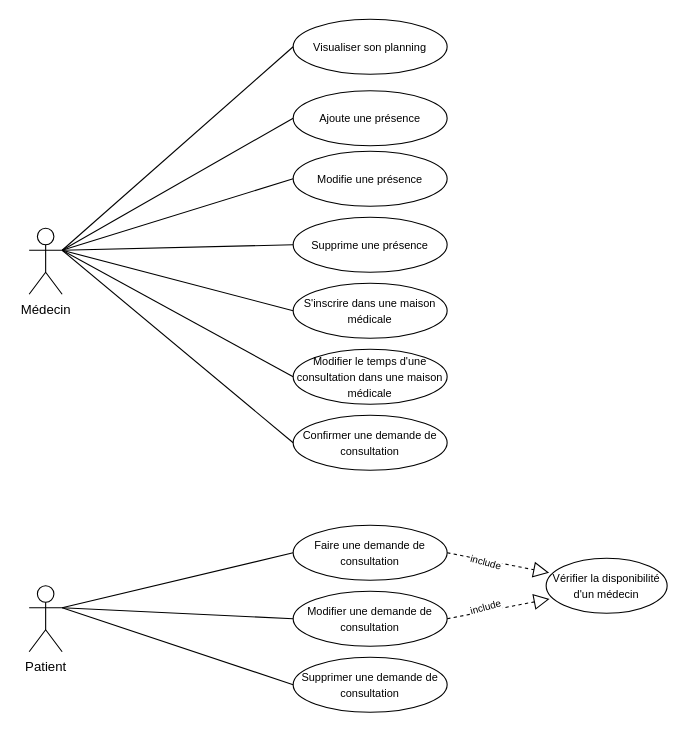
WilliamGordon/GestionConsultationSGBD keeps this draw.io diagram as Project/1_analysis/usecases.drawio. Above is the earlier version. Source tidied: cells renumbered, new cells numbered last; positions are measured from the earlier drawing's top-left corner, leaving out a move shared by most shapes. Both pictures are drawn from the tidied source at 110%, with x=0, y=0 at pixel (29, 19).
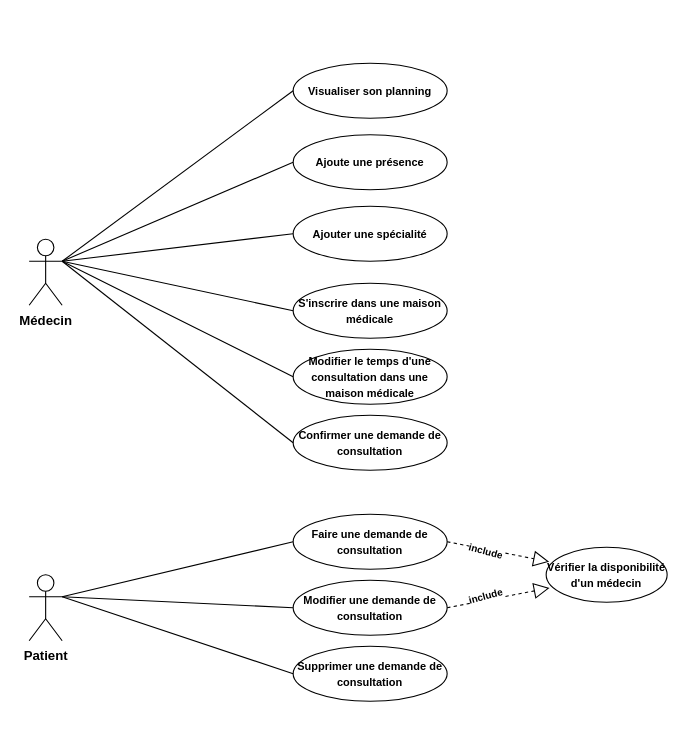
After the change.

Change to the diagram source:
```diff
@@
-    <mxCell id="2" value="Médecin" style="shape=umlActor;verticalLabelPosition=bottom;verticalAlign=top;html=1;outlineConnect=0;" parent="1" vertex="1">
-      <mxGeometry y="190" width="30" height="60" as="geometry" />
+    <mxCell id="2" value="Médecin" style="shape=umlActor;verticalLabelPosition=bottom;verticalAlign=top;html=1;outlineConnect=0;fontStyle=1;" parent="1" vertex="1">
+      <mxGeometry y="200" width="30" height="60" as="geometry" />
     </mxCell>
-    <mxCell id="3" value="Patient" style="shape=umlActor;verticalLabelPosition=bottom;verticalAlign=top;html=1;outlineConnect=0;" parent="1" vertex="1">
-      <mxGeometry y="515" width="30" height="60" as="geometry" />
+    <mxCell id="3" value="Patient" style="shape=umlActor;verticalLabelPosition=bottom;verticalAlign=top;html=1;outlineConnect=0;fontStyle=1;" parent="1" vertex="1">
+      <mxGeometry y="505" width="30" height="60" as="geometry" />
     </mxCell>
-    <mxCell id="4" value="&lt;font style=&quot;font-size: 10px&quot;&gt;Faire une demande de consultation&lt;/font&gt;" style="ellipse;whiteSpace=wrap;html=1;" parent="1" vertex="1">
-      <mxGeometry x="240" y="460" width="140" height="50" as="geometry" />
+    <mxCell id="4" value="&lt;font style=&quot;font-size: 10px&quot;&gt;Faire une demande de consultation&lt;/font&gt;" style="ellipse;whiteSpace=wrap;html=1;fontStyle=1;" parent="1" vertex="1">
+      <mxGeometry x="240" y="450" width="140" height="50" as="geometry" />
     </mxCell>
-    <mxCell id="5" style="endArrow=none;html=1;exitX=1;exitY=0.3333333333333333;exitDx=0;exitDy=0;exitPerimeter=0;entryX=0;entryY=0.5;entryDx=0;entryDy=0;" parent="1" edge="1" source="3" target="4">
+    <mxCell id="5" style="endArrow=none;html=1;exitX=1;exitY=0.3333333333333333;exitDx=0;exitDy=0;exitPerimeter=0;entryX=0;entryY=0.5;entryDx=0;entryDy=0;fontStyle=1;" parent="1" edge="1" source="3" target="4">
       <mxGeometry relative="1" as="geometry" />
     </mxCell>
-    <mxCell id="6" value="&lt;font style=&quot;font-size: 10px&quot;&gt;Modifier une demande de consultation&lt;/font&gt;" style="ellipse;whiteSpace=wrap;html=1;" parent="1" vertex="1">
-      <mxGeometry x="240" y="520" width="140" height="50" as="geometry" />
+    <mxCell id="6" value="&lt;font style=&quot;font-size: 10px&quot;&gt;Modifier une demande de consultation&lt;/font&gt;" style="ellipse;whiteSpace=wrap;html=1;fontStyle=1;" parent="1" vertex="1">
+      <mxGeometry x="240" y="510" width="140" height="50" as="geometry" />
     </mxCell>
-    <mxCell id="7" value="&lt;font style=&quot;font-size: 10px&quot;&gt;Supprimer une demande de consultation&lt;/font&gt;" style="ellipse;whiteSpace=wrap;html=1;" parent="1" vertex="1">
-      <mxGeometry x="240" y="580" width="140" height="50" as="geometry" />
+    <mxCell id="7" value="&lt;font style=&quot;font-size: 10px&quot;&gt;Supprimer une demande de consultation&lt;/font&gt;" style="ellipse;whiteSpace=wrap;html=1;fontStyle=1;" parent="1" vertex="1">
+      <mxGeometry x="240" y="570" width="140" height="50" as="geometry" />
     </mxCell>
-    <mxCell id="8" value="&lt;font style=&quot;font-size: 10px&quot;&gt;Visualiser son planning&lt;/font&gt;" style="ellipse;whiteSpace=wrap;html=1;" parent="1" vertex="1">
-      <mxGeometry x="240" width="140" height="50" as="geometry" />
+    <mxCell id="8" value="&lt;font style=&quot;font-size: 10px&quot;&gt;&lt;b&gt;Visualiser son planning&lt;/b&gt;&lt;/font&gt;" style="ellipse;whiteSpace=wrap;html=1;" parent="1" vertex="1">
+      <mxGeometry x="240" y="40" width="140" height="50" as="geometry" />
     </mxCell>
-    <mxCell id="9" style="endArrow=none;html=1;exitX=1;exitY=0.3333333333333333;exitDx=0;exitDy=0;exitPerimeter=0;entryX=0;entryY=0.5;entryDx=0;entryDy=0;" parent="1" edge="1" source="3" target="6">
+    <mxCell id="9" style="endArrow=none;html=1;exitX=1;exitY=0.3333333333333333;exitDx=0;exitDy=0;exitPerimeter=0;entryX=0;entryY=0.5;entryDx=0;entryDy=0;fontStyle=1;" parent="1" edge="1" source="3" target="6">
       <mxGeometry relative="1" as="geometry" />
     </mxCell>
-    <mxCell id="10" style="endArrow=none;html=1;exitX=1;exitY=0.3333333333333333;exitDx=0;exitDy=0;exitPerimeter=0;entryX=0;entryY=0.5;entryDx=0;entryDy=0;" parent="1" edge="1" source="3" target="7">
+    <mxCell id="10" style="endArrow=none;html=1;exitX=1;exitY=0.3333333333333333;exitDx=0;exitDy=0;exitPerimeter=0;entryX=0;entryY=0.5;entryDx=0;entryDy=0;fontStyle=1;" parent="1" edge="1" source="3" target="7">
       <mxGeometry relative="1" as="geometry" />
     </mxCell>
-    <mxCell id="11" style="endArrow=none;html=1;exitX=1;exitY=0.3333333333333333;exitDx=0;exitDy=0;exitPerimeter=0;entryX=0;entryY=0.5;entryDx=0;entryDy=0;" parent="1" edge="1" source="2" target="8">
+    <mxCell id="11" style="endArrow=none;html=1;exitX=1;exitY=0.3333333333333333;exitDx=0;exitDy=0;exitPerimeter=0;entryX=0;entryY=0.5;entryDx=0;entryDy=0;fontStyle=1;" parent="1" edge="1" source="2" target="8">
       <mxGeometry relative="1" as="geometry" />
     </mxCell>
-    <mxCell id="12" value="&lt;font style=&quot;font-size: 10px&quot;&gt;Ajoute une présence&lt;/font&gt;" style="ellipse;whiteSpace=wrap;html=1;" parent="1" vertex="1">
-      <mxGeometry x="240" y="65" width="140" height="50" as="geometry" />
+    <mxCell id="12" value="&lt;font style=&quot;font-size: 10px&quot;&gt;&lt;span&gt;Ajoute une présence&lt;/span&gt;&lt;/font&gt;" style="ellipse;whiteSpace=wrap;html=1;fontStyle=1;" parent="1" vertex="1">
+      <mxGeometry x="240" y="105" width="140" height="50" as="geometry" />
     </mxCell>
-    <mxCell id="13" value="&lt;font style=&quot;font-size: 10px&quot;&gt;Modifie une présence&lt;/font&gt;" style="ellipse;whiteSpace=wrap;html=1;" parent="1" vertex="1">
-      <mxGeometry x="240" y="120" width="140" height="50" as="geometry" />
-    </mxCell>
-    <mxCell id="14" value="&lt;font style=&quot;font-size: 10px&quot;&gt;Supprime une présence&lt;/font&gt;" style="ellipse;whiteSpace=wrap;html=1;" parent="1" vertex="1">
-      <mxGeometry x="240" y="180" width="140" height="50" as="geometry" />
-    </mxCell>
-    <mxCell id="15" style="endArrow=none;html=1;exitX=1;exitY=0.3333333333333333;exitDx=0;exitDy=0;exitPerimeter=0;entryX=0;entryY=0.5;entryDx=0;entryDy=0;" parent="1" edge="1" source="2" target="12">
+    <mxCell id="15" style="endArrow=none;html=1;exitX=1;exitY=0.3333333333333333;exitDx=0;exitDy=0;exitPerimeter=0;entryX=0;entryY=0.5;entryDx=0;entryDy=0;fontStyle=1;" parent="1" edge="1" source="2" target="12">
       <mxGeometry relative="1" as="geometry" />
     </mxCell>
-    <mxCell id="16" style="endArrow=none;html=1;entryX=0;entryY=0.5;entryDx=0;entryDy=0;exitX=1;exitY=0.3333333333333333;exitDx=0;exitDy=0;exitPerimeter=0;" parent="1" edge="1" source="2" target="13">
-      <mxGeometry relative="1" as="geometry" />
-    </mxCell>
-    <mxCell id="17" style="endArrow=none;html=1;entryX=0;entryY=0.5;entryDx=0;entryDy=0;exitX=1;exitY=0.3333333333333333;exitDx=0;exitDy=0;exitPerimeter=0;" parent="1" edge="1" source="2" target="14">
-      <mxGeometry relative="1" as="geometry" />
-    </mxCell>
-    <mxCell id="18" value="&lt;font style=&quot;font-size: 10px&quot;&gt;S'inscrire dans une maison médicale&lt;/font&gt;" style="ellipse;whiteSpace=wrap;html=1;" parent="1" vertex="1">
+    <mxCell id="18" value="&lt;font style=&quot;font-size: 10px&quot;&gt;S'inscrire dans une maison médicale&lt;/font&gt;" style="ellipse;whiteSpace=wrap;html=1;fontStyle=1;" parent="1" vertex="1">
       <mxGeometry x="240" y="240" width="140" height="50" as="geometry" />
     </mxCell>
-    <mxCell id="19" value="&lt;font style=&quot;font-size: 10px&quot;&gt;Modifier le temps d'une consultation dans une maison médicale&lt;/font&gt;" style="ellipse;whiteSpace=wrap;html=1;" parent="1" vertex="1">
+    <mxCell id="19" value="&lt;font style=&quot;font-size: 10px&quot;&gt;Modifier le temps d'une consultation dans une maison médicale&lt;/font&gt;" style="ellipse;whiteSpace=wrap;html=1;fontStyle=1;" parent="1" vertex="1">
       <mxGeometry x="240" y="300" width="140" height="50" as="geometry" />
     </mxCell>
-    <mxCell id="20" value="&lt;font style=&quot;font-size: 10px&quot;&gt;Confirmer une demande de consultation&lt;/font&gt;" style="ellipse;whiteSpace=wrap;html=1;" parent="1" vertex="1">
+    <mxCell id="20" value="&lt;font style=&quot;font-size: 10px&quot;&gt;Confirmer une demande de consultation&lt;/font&gt;" style="ellipse;whiteSpace=wrap;html=1;fontStyle=1;" parent="1" vertex="1">
       <mxGeometry x="240" y="360" width="140" height="50" as="geometry" />
     </mxCell>
-    <mxCell id="21" style="endArrow=none;html=1;exitX=1;exitY=0.3333333333333333;exitDx=0;exitDy=0;exitPerimeter=0;entryX=0;entryY=0.5;entryDx=0;entryDy=0;" parent="1" edge="1" source="2" target="18">
+    <mxCell id="21" style="endArrow=none;html=1;exitX=1;exitY=0.3333333333333333;exitDx=0;exitDy=0;exitPerimeter=0;entryX=0;entryY=0.5;entryDx=0;entryDy=0;fontStyle=1;" parent="1" edge="1" source="2" target="18">
       <mxGeometry relative="1" as="geometry" />
     </mxCell>
-    <mxCell id="22" style="endArrow=none;html=1;exitX=1;exitY=0.3333333333333333;exitDx=0;exitDy=0;exitPerimeter=0;entryX=0;entryY=0.5;entryDx=0;entryDy=0;" parent="1" edge="1" source="2" target="19">
+    <mxCell id="22" style="endArrow=none;html=1;exitX=1;exitY=0.3333333333333333;exitDx=0;exitDy=0;exitPerimeter=0;entryX=0;entryY=0.5;entryDx=0;entryDy=0;fontStyle=1;" parent="1" edge="1" source="2" target="19">
       <mxGeometry relative="1" as="geometry" />
     </mxCell>
-    <mxCell id="23" style="endArrow=none;html=1;exitX=1;exitY=0.3333333333333333;exitDx=0;exitDy=0;exitPerimeter=0;entryX=0;entryY=0.5;entryDx=0;entryDy=0;" parent="1" edge="1" source="2" target="20">
+    <mxCell id="23" style="endArrow=none;html=1;exitX=1;exitY=0.3333333333333333;exitDx=0;exitDy=0;exitPerimeter=0;entryX=0;entryY=0.5;entryDx=0;entryDy=0;fontStyle=1;" parent="1" edge="1" source="2" target="20">
       <mxGeometry relative="1" as="geometry" />
     </mxCell>
-    <mxCell id="24" value="&lt;font style=&quot;font-size: 10px&quot;&gt;Vérifier la disponibilité d'un médecin&lt;/font&gt;" style="ellipse;whiteSpace=wrap;html=1;" parent="1" vertex="1">
-      <mxGeometry x="470" y="490" width="110" height="50" as="geometry" />
+    <mxCell id="24" value="&lt;font style=&quot;font-size: 10px&quot;&gt;Vérifier la disponibilité d'un médecin&lt;/font&gt;" style="ellipse;whiteSpace=wrap;html=1;fontStyle=1;" parent="1" vertex="1">
+      <mxGeometry x="470" y="480" width="110" height="50" as="geometry" />
     </mxCell>
-    <mxCell id="25" style="endArrow=block;dashed=1;endFill=0;endSize=12;html=1;exitX=1;exitY=0.5;exitDx=0;exitDy=0;entryX=0.025;entryY=0.263;entryDx=0;entryDy=0;entryPerimeter=0;" parent="1" edge="1" source="4" target="24">
+    <mxCell id="25" style="endArrow=block;dashed=1;endFill=0;endSize=12;html=1;exitX=1;exitY=0.5;exitDx=0;exitDy=0;entryX=0.025;entryY=0.263;entryDx=0;entryDy=0;entryPerimeter=0;fontStyle=1;" parent="1" edge="1" source="4" target="24">
       <mxGeometry relative="1" as="geometry" />
     </mxCell>
-    <mxCell id="26" value="include" style="edgeLabel;html=1;align=center;verticalAlign=middle;rotation=15;fontSize=9;" parent="25" vertex="1">
+    <mxCell id="26" value="include" style="edgeLabel;html=1;align=center;verticalAlign=middle;rotation=15;fontSize=9;fontStyle=1;" parent="25" vertex="1">
       <mxGeometry x="0.06" relative="1" as="geometry">
         <mxPoint x="-14.8" y="-0.9" as="offset" />
       </mxGeometry>
     </mxCell>
-    <mxCell id="27" style="endArrow=block;dashed=1;endFill=0;endSize=12;html=1;exitX=1;exitY=0.5;exitDx=0;exitDy=0;entryX=0.029;entryY=0.739;entryDx=0;entryDy=0;entryPerimeter=0;" parent="1" edge="1" source="6" target="24">
+    <mxCell id="27" style="endArrow=block;dashed=1;endFill=0;endSize=12;html=1;exitX=1;exitY=0.5;exitDx=0;exitDy=0;entryX=0.029;entryY=0.739;entryDx=0;entryDy=0;entryPerimeter=0;fontStyle=1;" parent="1" edge="1" source="6" target="24">
       <mxGeometry relative="1" as="geometry" />
     </mxCell>
-    <mxCell id="28" value="include" style="edgeLabel;html=1;align=center;verticalAlign=middle;rotation=-15;fontSize=9;" parent="27" vertex="1">
+    <mxCell id="28" value="include" style="edgeLabel;html=1;align=center;verticalAlign=middle;rotation=-15;fontSize=9;fontStyle=1;" parent="27" vertex="1">
       <mxGeometry x="0.06" relative="1" as="geometry">
         <mxPoint x="-14.8" y="-0.9" as="offset" />
       </mxGeometry>
     </mxCell>
+    <mxCell id="29" value="&lt;font style=&quot;font-size: 10px&quot;&gt;&lt;span&gt;Ajouter une spécialité&lt;/span&gt;&lt;/font&gt;" style="ellipse;whiteSpace=wrap;html=1;fontStyle=1;" parent="1" vertex="1">
+      <mxGeometry x="240" y="170" width="140" height="50" as="geometry" />
+    </mxCell>
+    <mxCell id="30" style="endArrow=none;html=1;entryX=0;entryY=0.5;entryDx=0;entryDy=0;exitX=1;exitY=0.3333333333333333;exitDx=0;exitDy=0;exitPerimeter=0;fontStyle=1;" parent="1" edge="1" source="2" target="29">
+      <mxGeometry relative="1" as="geometry" />
+    </mxCell>
```
